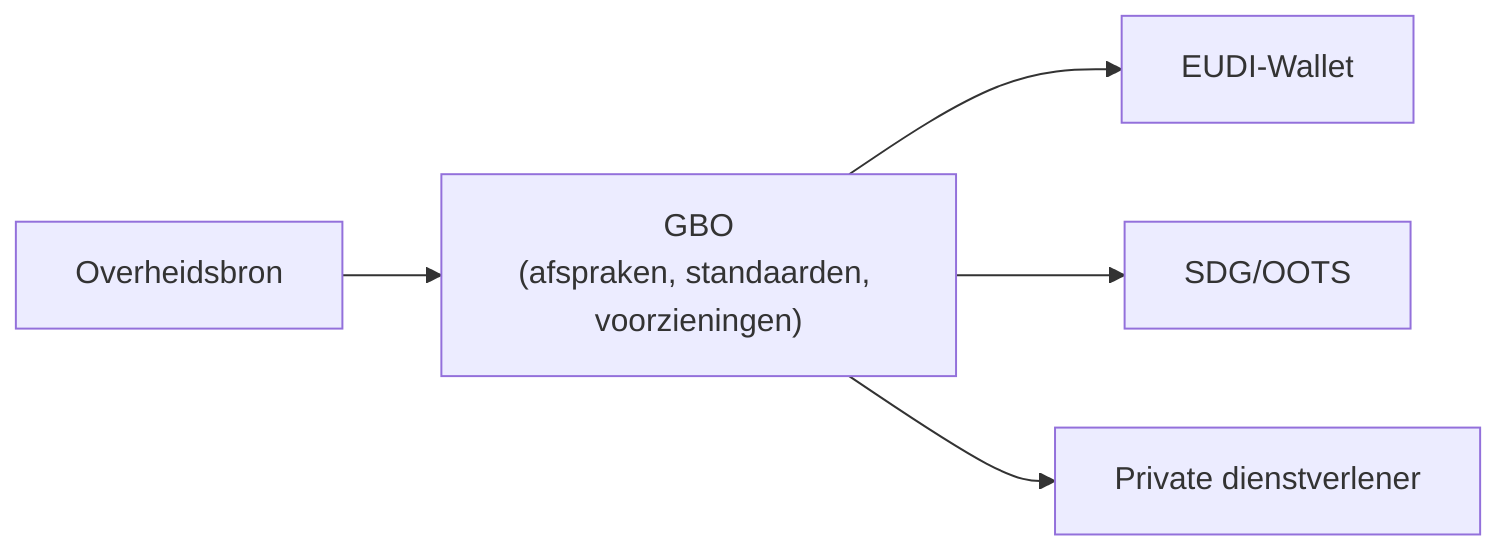
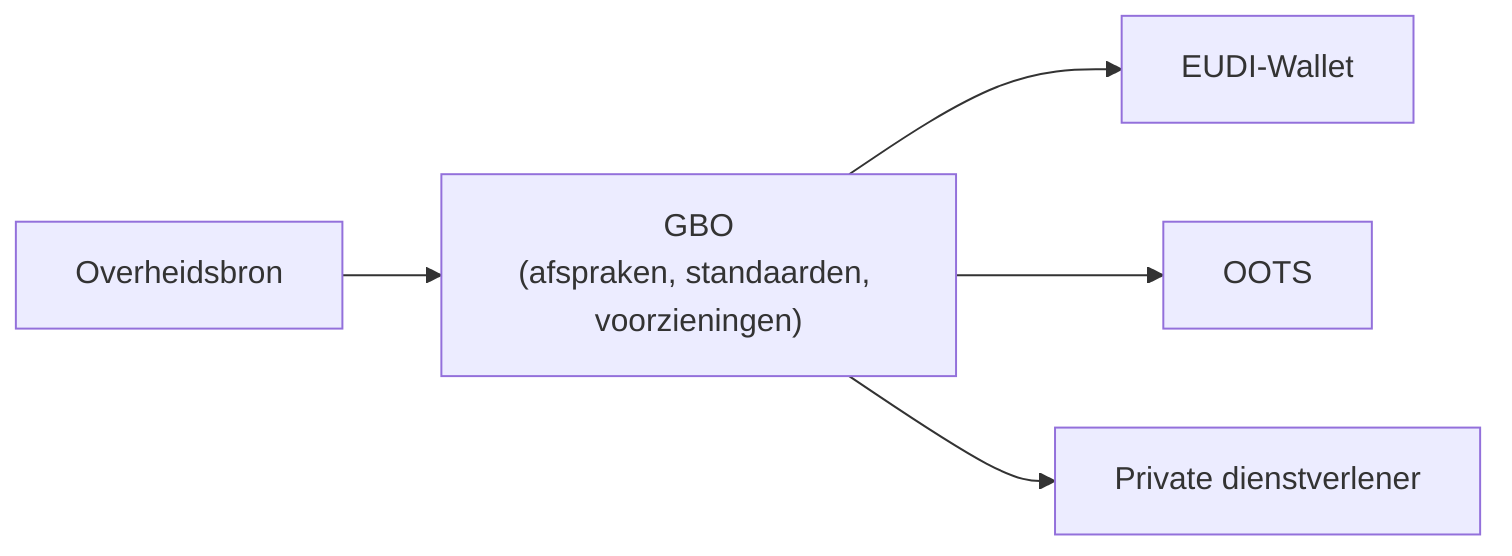
flowchart LR

Bronhouder["Overheidsbron"]
DvTP["GBO
(afspraken, standaarden, voorzieningen)"]
Wallet["EUDI-Wallet"]
- SDG["SDG/OOTS"]
+ SDG["OOTS"]
Privaat["Private dienstverlener"]

Bronhouder --> DvTP
DvTP --> Wallet
DvTP --> SDG
DvTP --> Privaat
